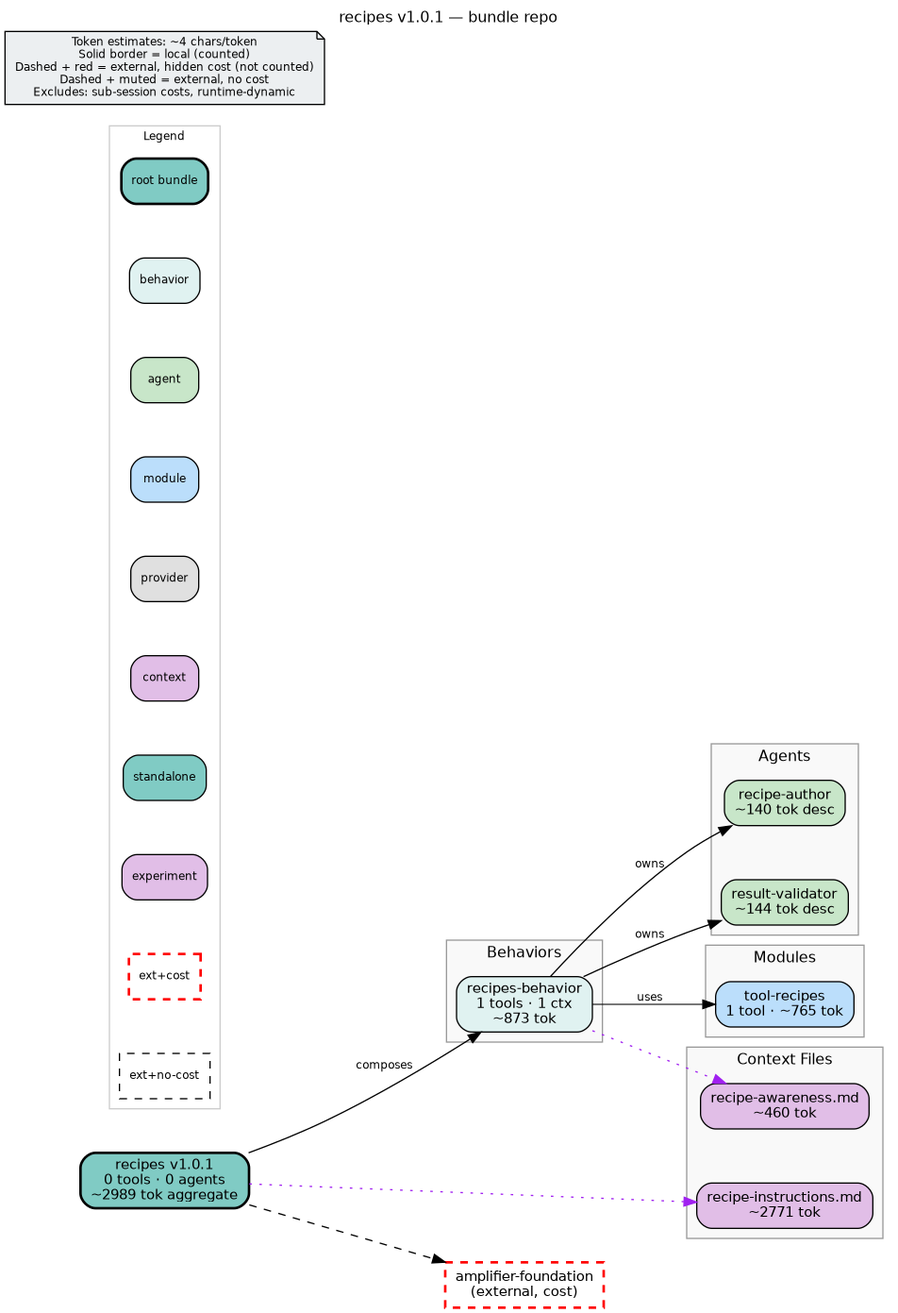
Before: bundle.png, a diagram exported from Graphviz (microsoft/amplifier-bundle-recipes). Its source is kept beside it as bundle.dot.
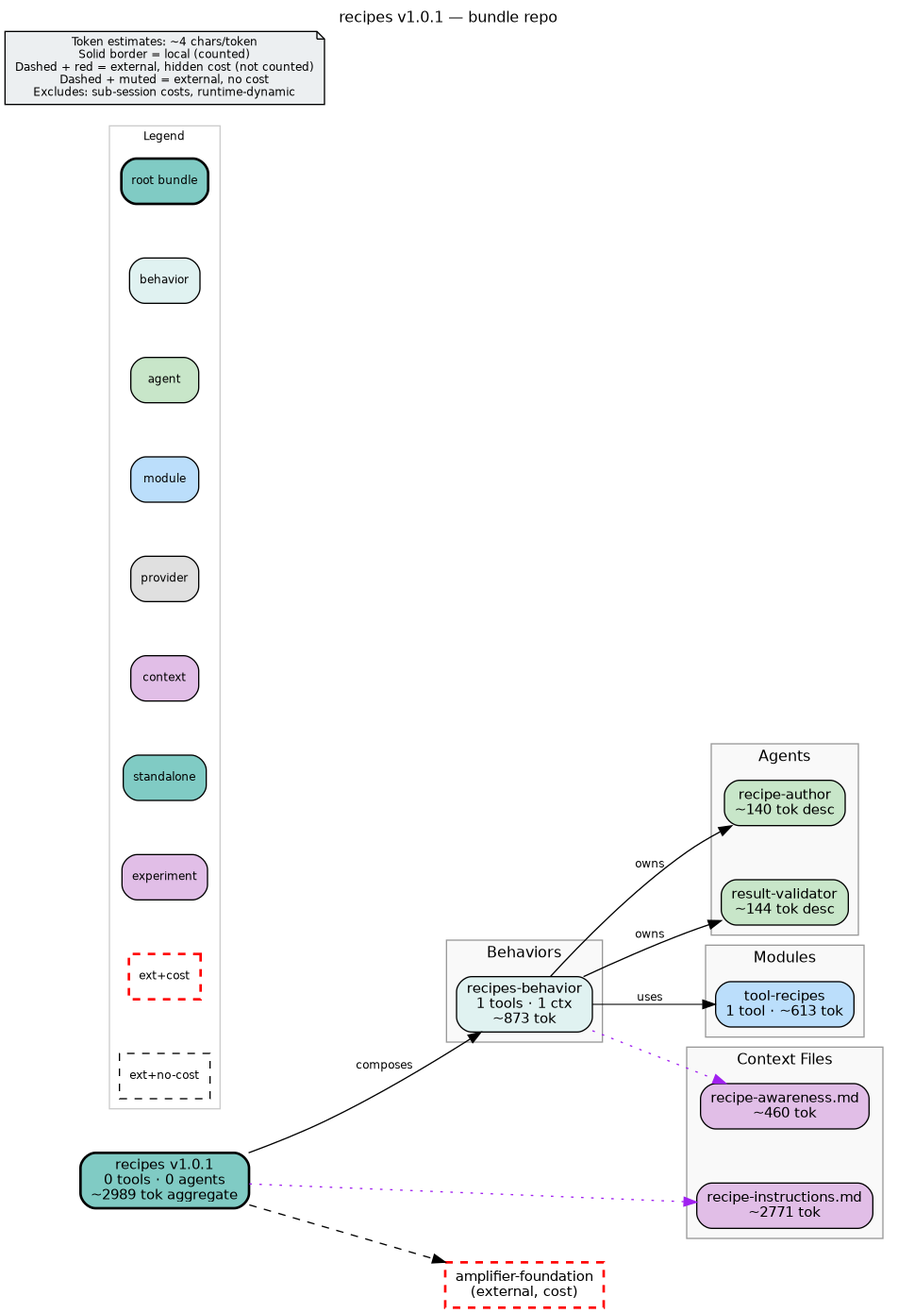
The same diagram one commit later.

Commit message:
perf(tool-recipes): lean `recipes` tool description -- 1,788 -> 1,181 chars, with a schema-derived pin test (#114)

The edit, as a diff of the source:
```diff
@@ -8,7 +8,7 @@
     nodesep=0.6
     ranksep=0.7
     bgcolor="white"
-    source_hash="a982bff6d18bb715d3db4c2dbc2e127001e3ab04b6def120d05a5951f872fcbc"
+    source_hash="c92d9c6325b6d767bc7e1636bcd6aeceb1ff1024ad2e148101ed19baf2e232b9"
 
     node [fontname="Helvetica", fontsize=11, style="filled,rounded"]
     edge [fontname="Helvetica", fontsize=9]
@@ -40,7 +40,7 @@
         fillcolor="#f9f9f9"
         color="#999999"
 
-        mod_tool_recipes [label="tool-recipes\n1 tool · ~765 tok", shape=box, fillcolor="#bbdefb", style="filled,rounded"]
+        mod_tool_recipes [label="tool-recipes\n1 tool · ~613 tok", shape=box, fillcolor="#bbdefb", style="filled,rounded"]
     }
 
     subgraph cluster_context {
```
